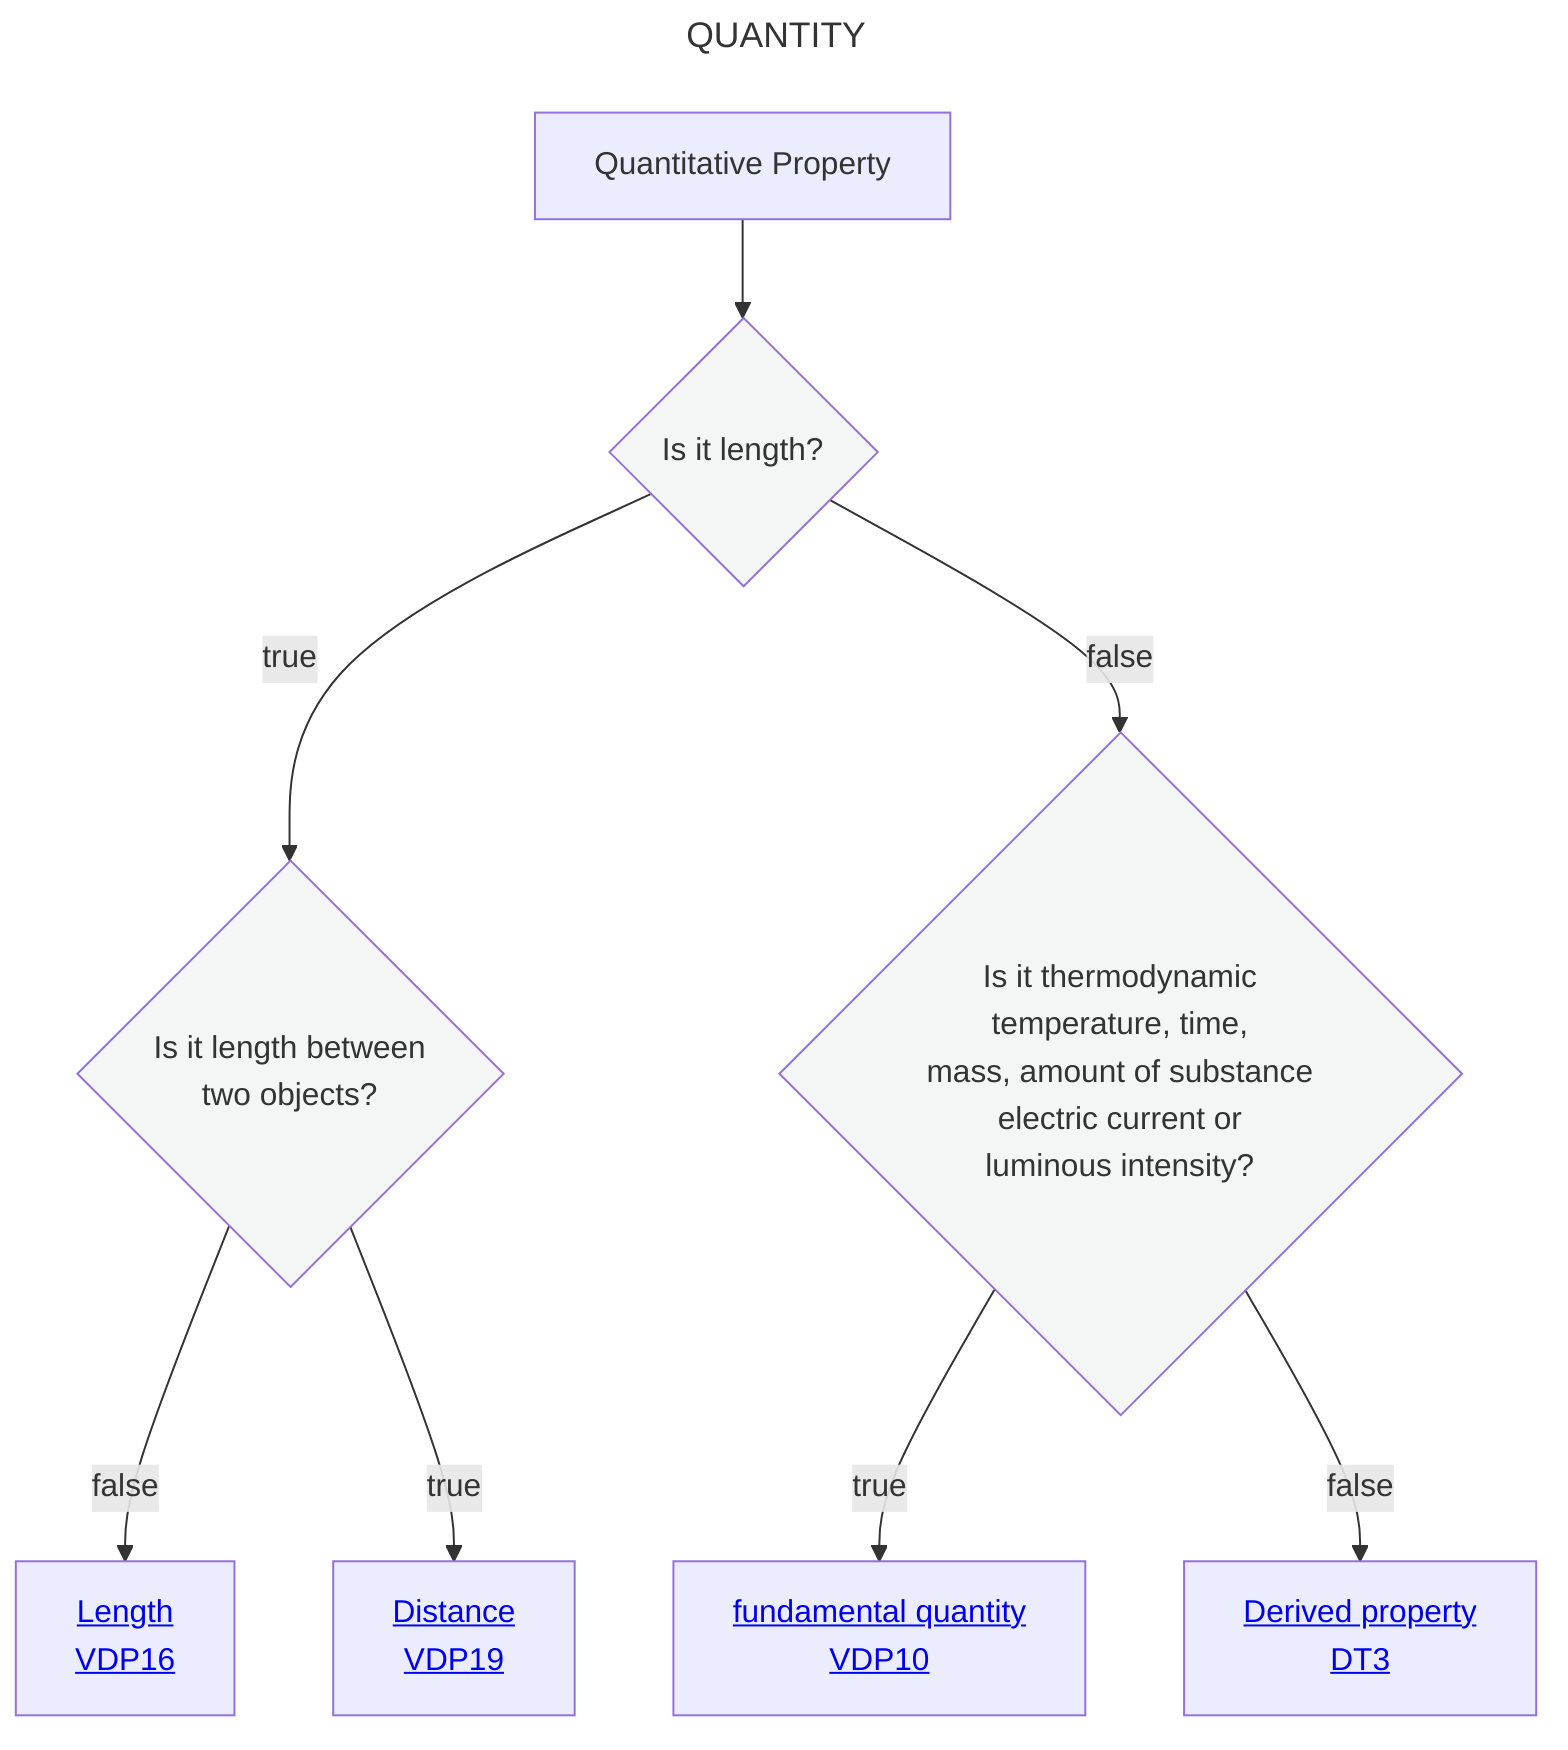
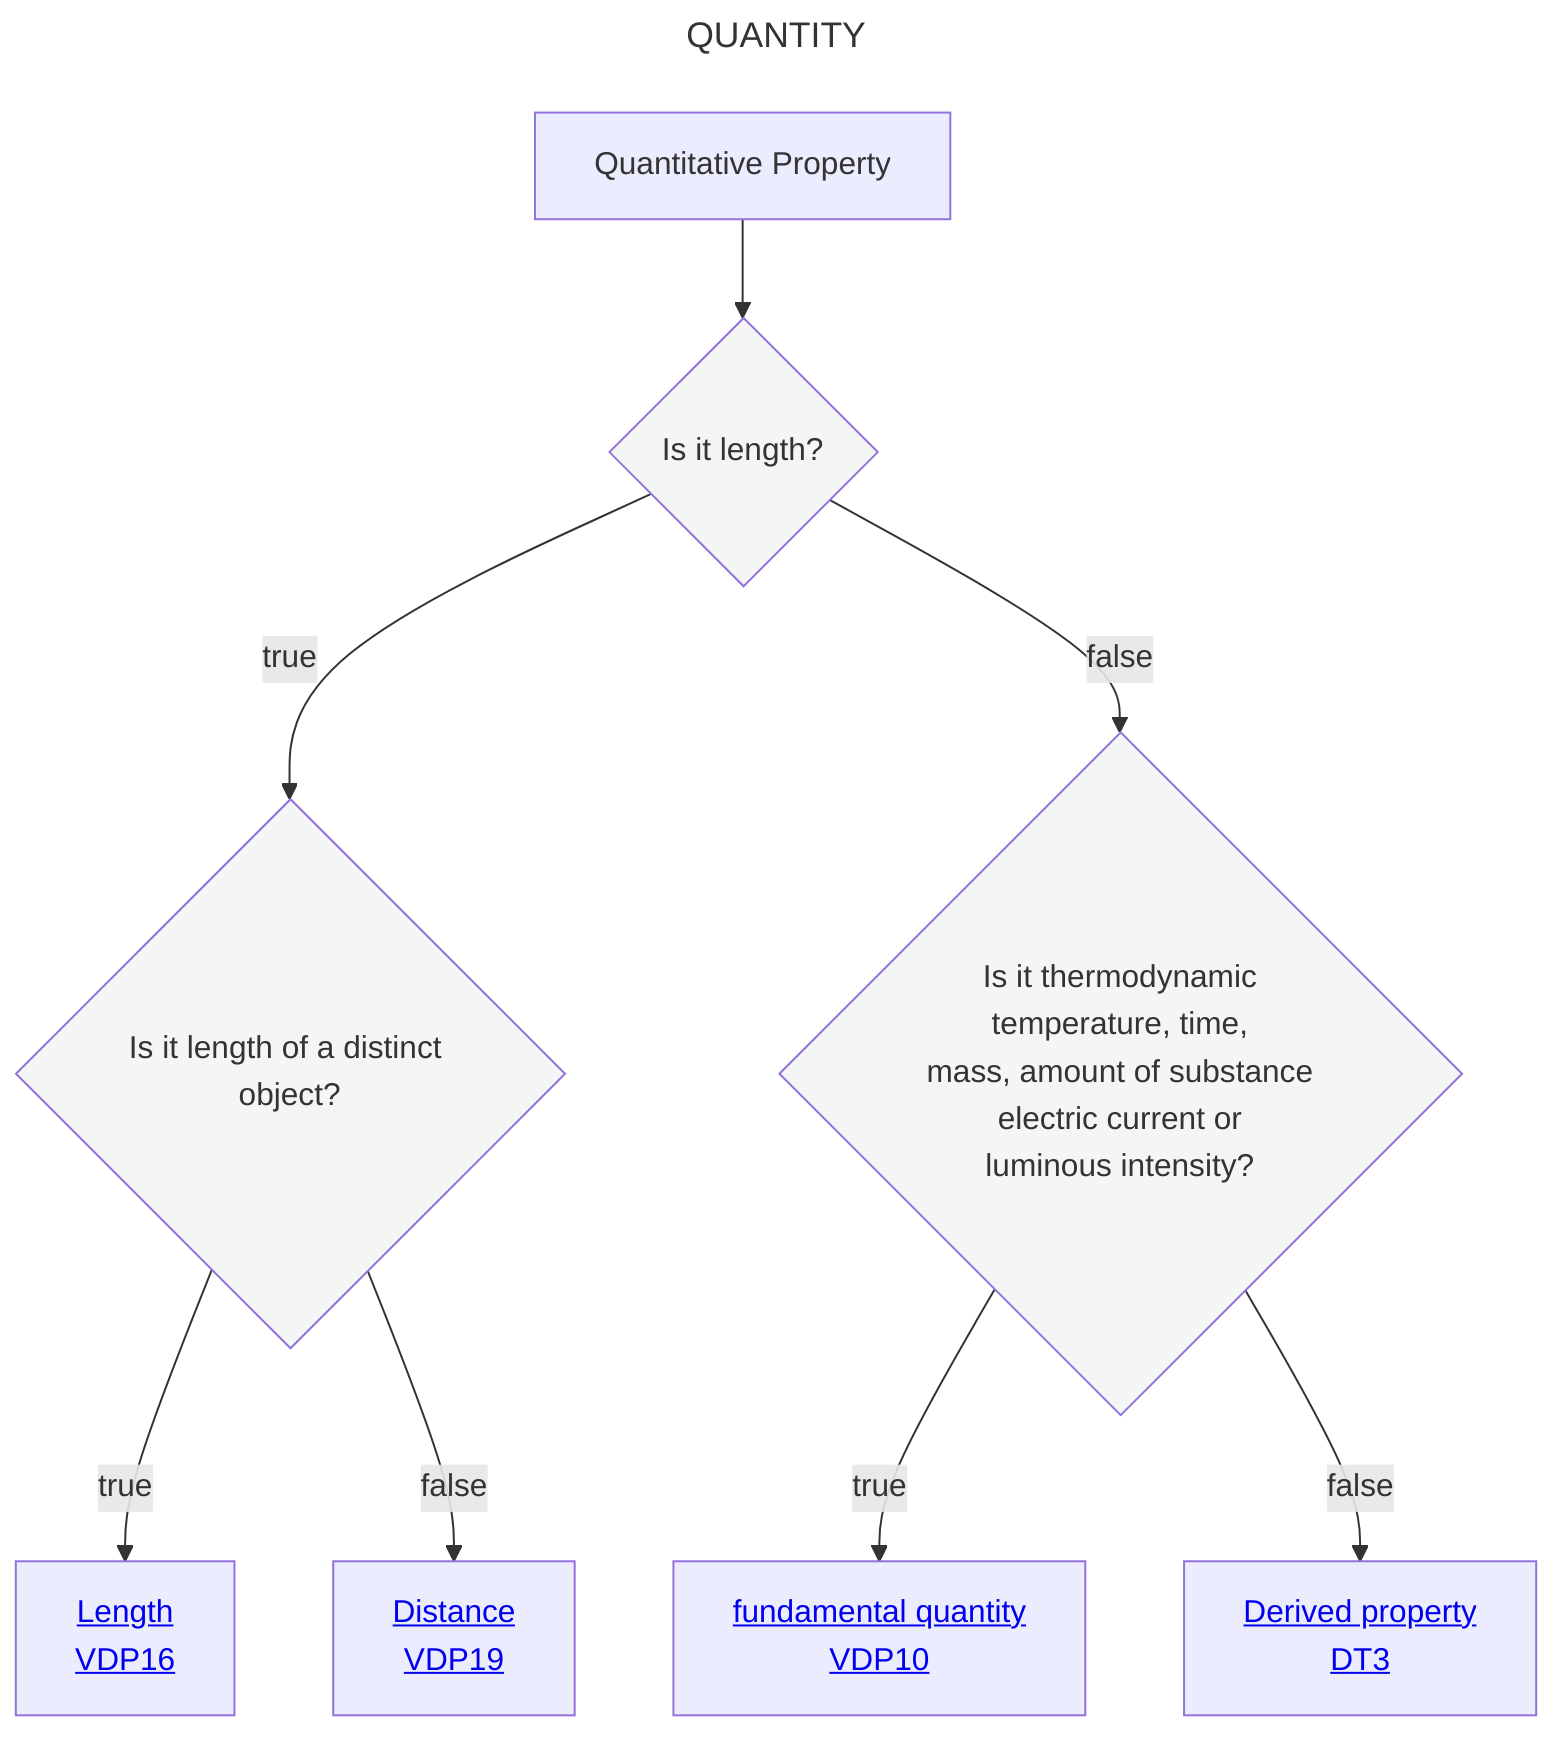
---
title: QUANTITY
---
flowchart TD
    A[Quantitative Property] --> C{Is it length?}:::white
-     C --> |true|E{Is it length between <br> two objects?}:::white
+     C --> |true|E{Is it length of a distinct object?}:::white
    C --> |false|F{Is it thermodynamic <br> temperature, time,  <br> mass, amount of substance <br> electric current or <br> luminous intensity?}:::white
    F --> |true|G[<a href='https://github.com/mabablue/I-ADOPT-patterns-playground/blob/main/pattern/VDP10.yaml'>fundamental quantity <br> VDP10</a>]
    F --> |false|M[<a href='https://github.com/mabablue/I-ADOPT-patterns-playground/blob/main/Decisition_trees/DT3.mmd'>Derived property <br> DT3</a>]
-     E --> |false|N[<a href='https://github.com/mabablue/I-ADOPT-patterns-playground/blob/main/pattern/VDP16.yaml'>Length <br> VDP16</a>]
-     E --> |true|O[<a href='https://github.com/mabablue/I-ADOPT-patterns-playground/blob/main/pattern/VDP19.yaml'>Distance <br> VDP19</a>]
+     E --> |true|N[<a href='https://github.com/mabablue/I-ADOPT-patterns-playground/blob/main/pattern/VDP16.yaml'>Length <br> VDP16</a>]
+     E --> |false|O[<a href='https://github.com/mabablue/I-ADOPT-patterns-playground/blob/main/pattern/VDP19.yaml'>Distance <br> VDP19</a>]
   classDef blue fill:#90D5FF
   classDef satblue fill:#57B9FF
   classDef white fill:#f3f6f4
   classDef green fill:#6aa84f
